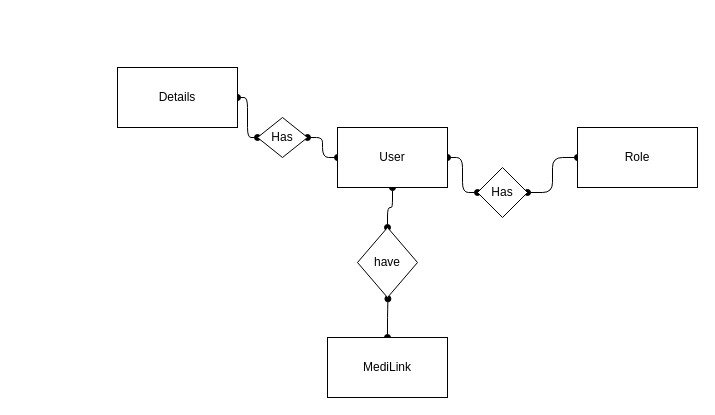
Earlier version of the draw.io diagram ER_MediLink.drawio (BhathikaGimhan/MediLink-Helthcare). Source tidied: cells renumbered, new cells numbered last; positions are measured from the earlier drawing's top-left corner, leaving out a move shared by most shapes. Both pictures are drawn from the tidied source at 100%, with x=0, y=0 at pixel (117, 67).
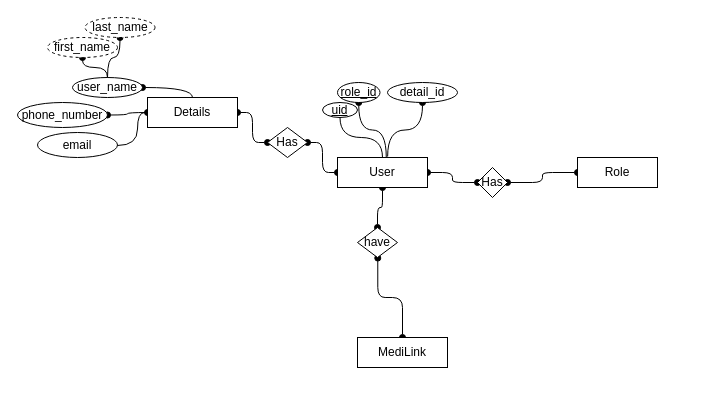
The same page after the edit.

The edit, as a diff of the source:
```diff
@@
     <mxCell id="3" value="MediLink" style="whiteSpace=wrap;html=1;" parent="1" vertex="1">
-      <mxGeometry x="210" y="270" width="120" height="60" as="geometry" />
+      <mxGeometry x="240" y="270" width="90" height="30" as="geometry" />
     </mxCell>
@@
     <mxCell id="5" value="have" style="rhombus;whiteSpace=wrap;html=1;" parent="1" vertex="1">
-      <mxGeometry x="240" y="160" width="60" height="70" as="geometry" />
+      <mxGeometry x="240" y="160" width="40" height="30" as="geometry" />
     </mxCell>
@@
     <mxCell id="8" value="User" style="whiteSpace=wrap;html=1;" parent="1" vertex="1">
-      <mxGeometry x="220" y="60" width="110" height="60" as="geometry" />
+      <mxGeometry x="220" y="90" width="90" height="30" as="geometry" />
     </mxCell>
@@
     <mxCell id="10" value="Has" style="rhombus;whiteSpace=wrap;html=1;" parent="1" vertex="1">
-      <mxGeometry x="360" y="100" width="50" height="50" as="geometry" />
+      <mxGeometry x="360" y="100" width="30" height="30" as="geometry" />
     </mxCell>
     <mxCell id="11" value="Role" style="whiteSpace=wrap;html=1;" parent="1" vertex="1">
-      <mxGeometry x="460" y="60" width="120" height="60" as="geometry" />
+      <mxGeometry x="460" y="90" width="80" height="30" as="geometry" />
     </mxCell>
@@
     <mxCell id="13" value="Has" style="rhombus;whiteSpace=wrap;html=1;" parent="1" vertex="1">
-      <mxGeometry x="140" y="50" width="50" height="40" as="geometry" />
+      <mxGeometry x="150" y="60" width="40" height="30" as="geometry" />
     </mxCell>
+    <mxCell id="15" style="edgeStyle=orthogonalEdgeStyle;curved=1;html=1;startArrow=oval;startFill=1;endArrow=none;endFill=0;elbow=vertical;exitX=0;exitY=0.5;exitDx=0;exitDy=0;" parent="1" edge="1" source="14" target="28">
+      <mxGeometry relative="1" as="geometry">
+        <Array as="points">
+          <mxPoint x="20" y="45" />
+          <mxPoint x="20" y="78" />
+        </Array>
+      </mxGeometry>
+    </mxCell>
     <mxCell id="14" value="Details" style="whiteSpace=wrap;html=1;" parent="1" vertex="1">
-      <mxGeometry width="120" height="60" as="geometry" />
+      <mxGeometry x="30" y="30" width="90" height="30" as="geometry" />
     </mxCell>
+    <mxCell id="16" style="edgeStyle=orthogonalEdgeStyle;html=1;entryX=0.5;entryY=0;entryDx=0;entryDy=0;endArrow=none;endFill=0;elbow=vertical;curved=1;" parent="1" edge="1" source="17" target="8">
+      <mxGeometry relative="1" as="geometry" />
+    </mxCell>
+    <mxCell id="17" value="&lt;u&gt;uid&lt;/u&gt;" style="ellipse;whiteSpace=wrap;html=1;" parent="1" vertex="1">
+      <mxGeometry x="205" y="35" width="35" height="15" as="geometry" />
+    </mxCell>
+    <mxCell id="18" style="edgeStyle=orthogonalEdgeStyle;curved=1;html=1;entryX=0.542;entryY=0;entryDx=0;entryDy=0;entryPerimeter=0;startArrow=oval;startFill=1;endArrow=none;endFill=0;elbow=vertical;" parent="1" edge="1" source="19" target="8">
+      <mxGeometry relative="1" as="geometry" />
+    </mxCell>
+    <mxCell id="19" value="&lt;u&gt;role_id&lt;/u&gt;" style="ellipse;whiteSpace=wrap;html=1;" parent="1" vertex="1">
+      <mxGeometry x="220" y="15" width="42.5" height="20" as="geometry" />
+    </mxCell>
+    <mxCell id="20" style="edgeStyle=orthogonalEdgeStyle;curved=1;html=1;entryX=0.5;entryY=0;entryDx=0;entryDy=0;startArrow=oval;startFill=1;endArrow=none;endFill=0;elbow=vertical;" parent="1" edge="1" source="21" target="14">
+      <mxGeometry relative="1" as="geometry" />
+    </mxCell>
+    <mxCell id="21" value="user_name" style="ellipse;whiteSpace=wrap;html=1;" parent="1" vertex="1">
+      <mxGeometry x="-45" y="10" width="70" height="20" as="geometry" />
+    </mxCell>
+    <mxCell id="22" style="edgeStyle=orthogonalEdgeStyle;curved=1;html=1;startArrow=oval;startFill=1;endArrow=none;endFill=0;elbow=vertical;" parent="1" edge="1" source="23" target="21">
+      <mxGeometry relative="1" as="geometry" />
+    </mxCell>
+    <mxCell id="23" value="first_name" style="ellipse;whiteSpace=wrap;html=1;dashed=1;" parent="1" vertex="1">
+      <mxGeometry x="-70" y="-30" width="70" height="20" as="geometry" />
+    </mxCell>
+    <mxCell id="24" style="edgeStyle=orthogonalEdgeStyle;curved=1;html=1;startArrow=oval;startFill=1;endArrow=none;endFill=0;elbow=vertical;" parent="1" edge="1" source="25" target="21">
+      <mxGeometry relative="1" as="geometry" />
+    </mxCell>
+    <mxCell id="25" value="last_name" style="ellipse;whiteSpace=wrap;html=1;dashed=1;" parent="1" vertex="1">
+      <mxGeometry x="-32.5" y="-50" width="70" height="20" as="geometry" />
+    </mxCell>
+    <mxCell id="26" style="edgeStyle=orthogonalEdgeStyle;curved=1;html=1;entryX=0.557;entryY=-0.03;entryDx=0;entryDy=0;entryPerimeter=0;startArrow=oval;startFill=1;endArrow=none;endFill=0;elbow=vertical;" parent="1" edge="1" source="27" target="8">
+      <mxGeometry relative="1" as="geometry" />
+    </mxCell>
+    <mxCell id="27" value="detail_id" style="ellipse;whiteSpace=wrap;html=1;" parent="1" vertex="1">
+      <mxGeometry x="270" y="15" width="70" height="20" as="geometry" />
+    </mxCell>
+    <mxCell id="28" value="email" style="ellipse;whiteSpace=wrap;html=1;" parent="1" vertex="1">
+      <mxGeometry x="-80" y="65" width="80" height="25" as="geometry" />
+    </mxCell>
+    <mxCell id="29" style="edgeStyle=orthogonalEdgeStyle;curved=1;html=1;entryX=0;entryY=0.5;entryDx=0;entryDy=0;startArrow=oval;startFill=1;endArrow=none;endFill=0;elbow=vertical;" parent="1" edge="1" source="30" target="14">
+      <mxGeometry relative="1" as="geometry" />
+    </mxCell>
+    <mxCell id="30" value="phone_number" style="ellipse;whiteSpace=wrap;html=1;" parent="1" vertex="1">
+      <mxGeometry x="-100" y="35" width="90" height="25" as="geometry" />
+    </mxCell>
```
